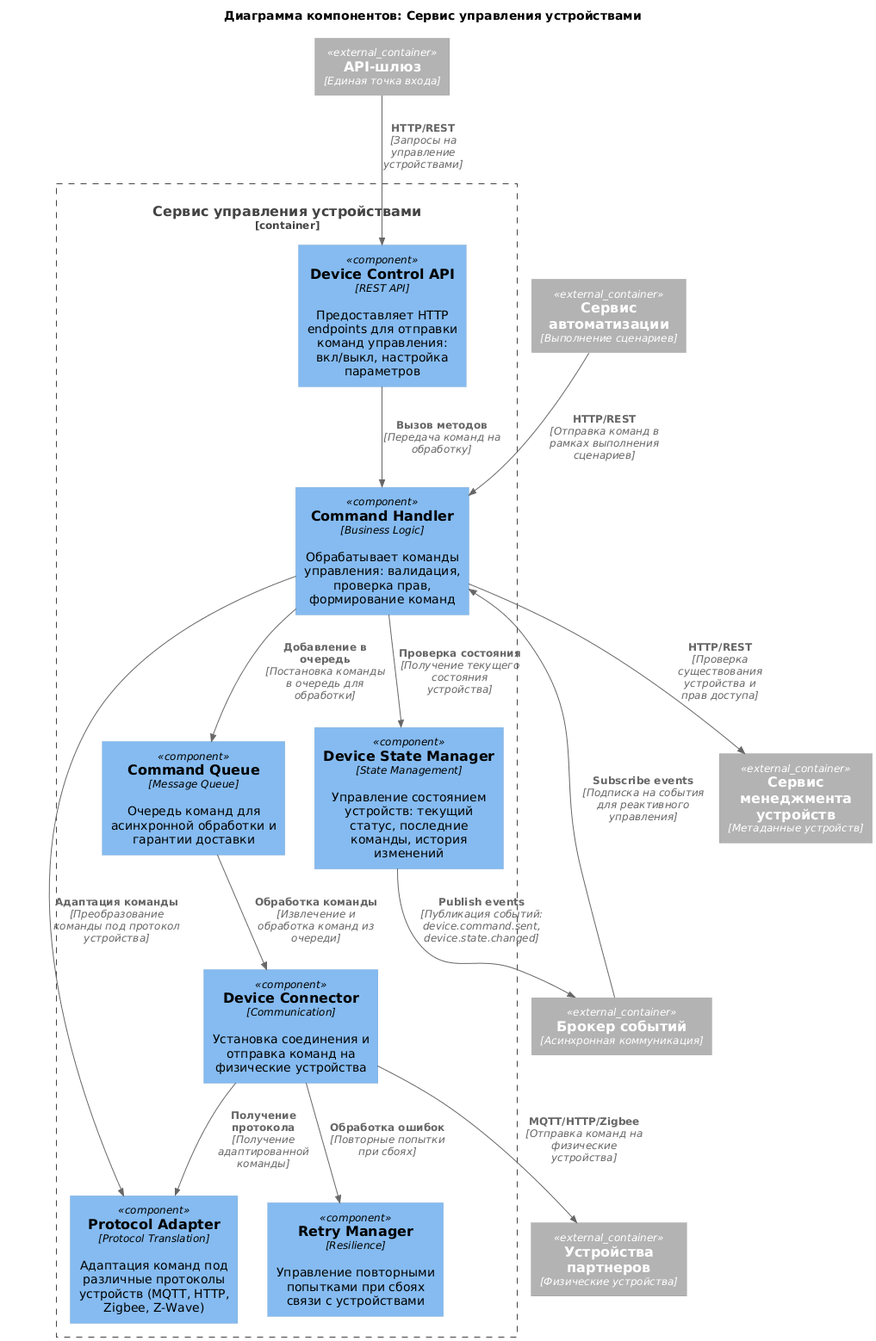
mitchenko9/arc_sprint_1 keeps this PlantUML diagram as diagrams/component/deviceControlComponent.png. Above is the earlier version.
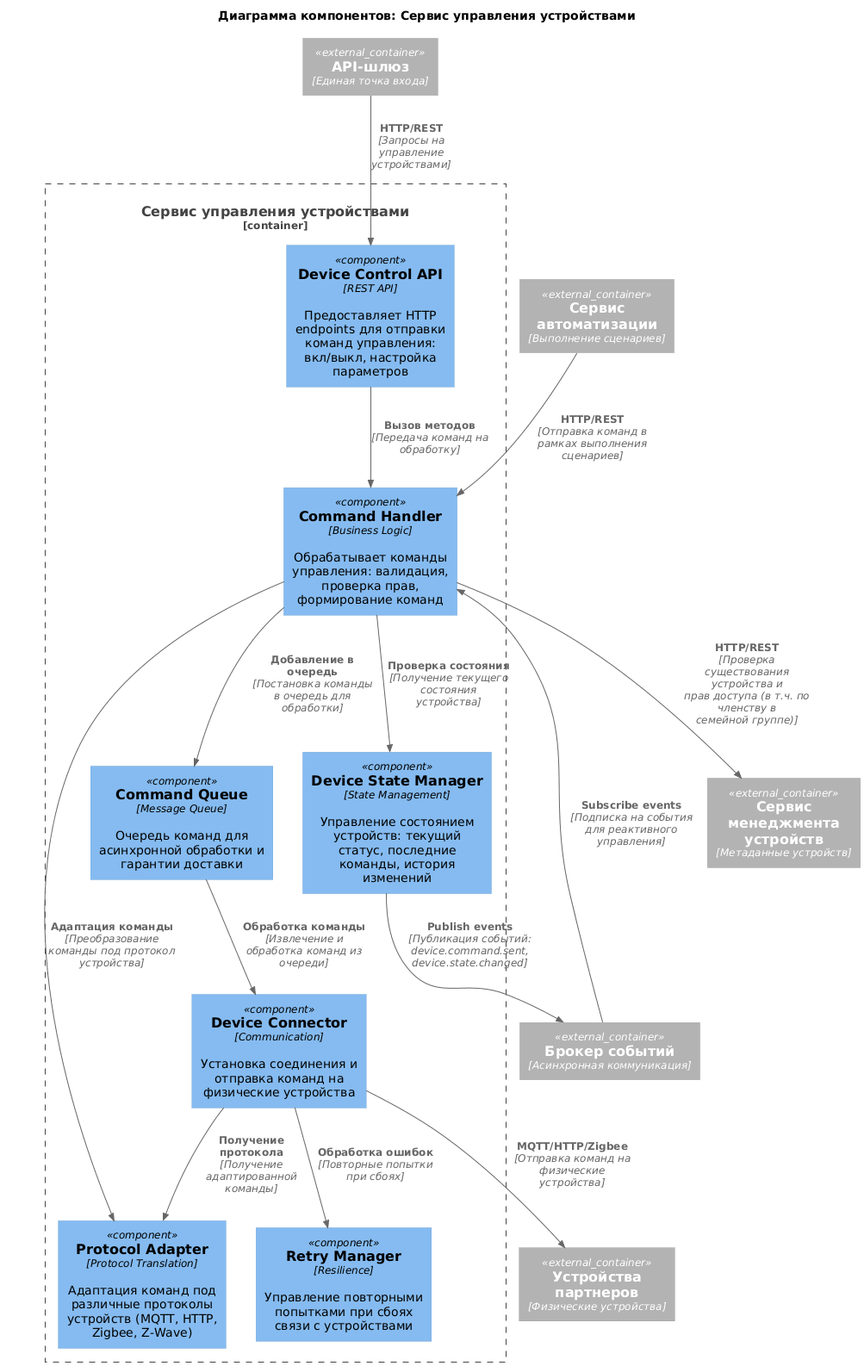
The same file after the commit.

What changed in the source:
```diff
@@ -23,7 +23,7 @@
 
 Rel(controlAPI, commandHandler, "Вызов методов", "Передача команд на обработку")
 Rel(commandHandler, deviceStateManager, "Проверка состояния", "Получение текущего состояния устройства")
-Rel(commandHandler, deviceManagement, "HTTP/REST", "Проверка существования устройства и прав доступа")
+Rel(commandHandler, deviceManagement, "HTTP/REST", "Проверка существования устройства и прав доступа (в т.ч. по членству в семейной группе)")
 Rel(commandHandler, protocolAdapter, "Адаптация команды", "Преобразование команды под протокол устройства")
 Rel(commandHandler, commandQueue, "Добавление в очередь", "Постановка команды в очередь для обработки")
 Rel(commandQueue, deviceConnector, "Обработка команды", "Извлечение и обработка команд из очереди")
```
